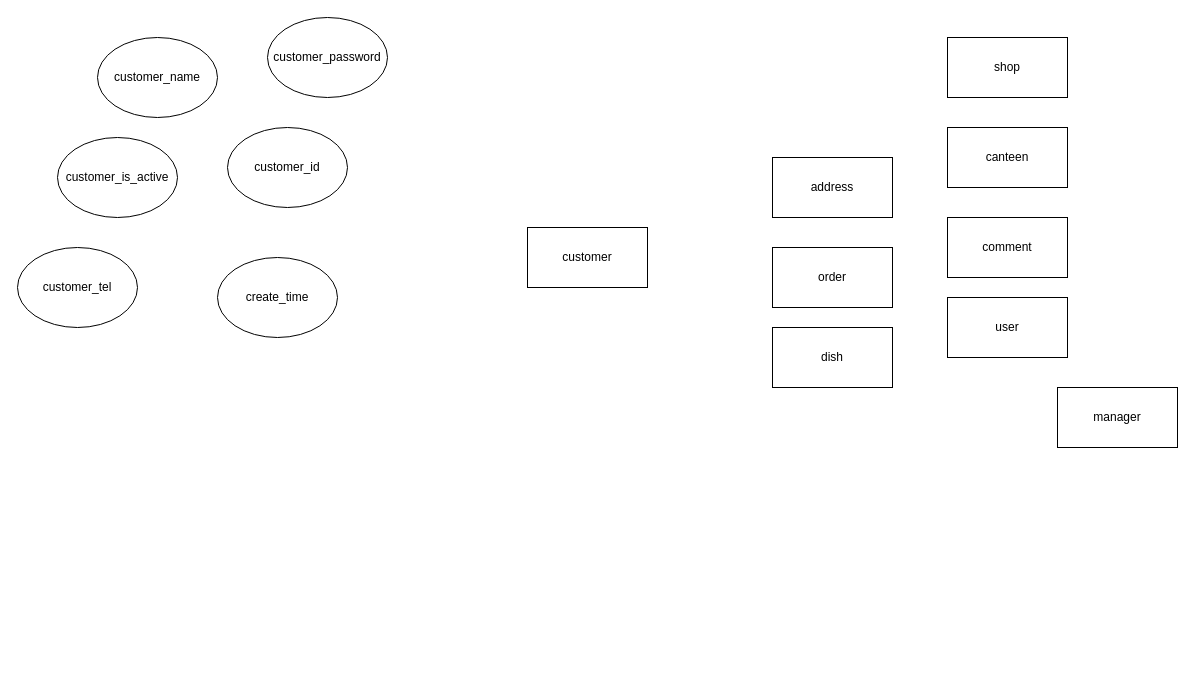
Before: 未命名绘图.drawio in GitHubDeadTree/campus-canteen-ordering, a draw.io diagram. Source tidied: cells renumbered, new cells numbered last; positions are measured from the earlier drawing's top-left corner, leaving out a move shared by most shapes. Both pictures are drawn from the tidied source at 100%, with x=0, y=0 at pixel (17, 17).
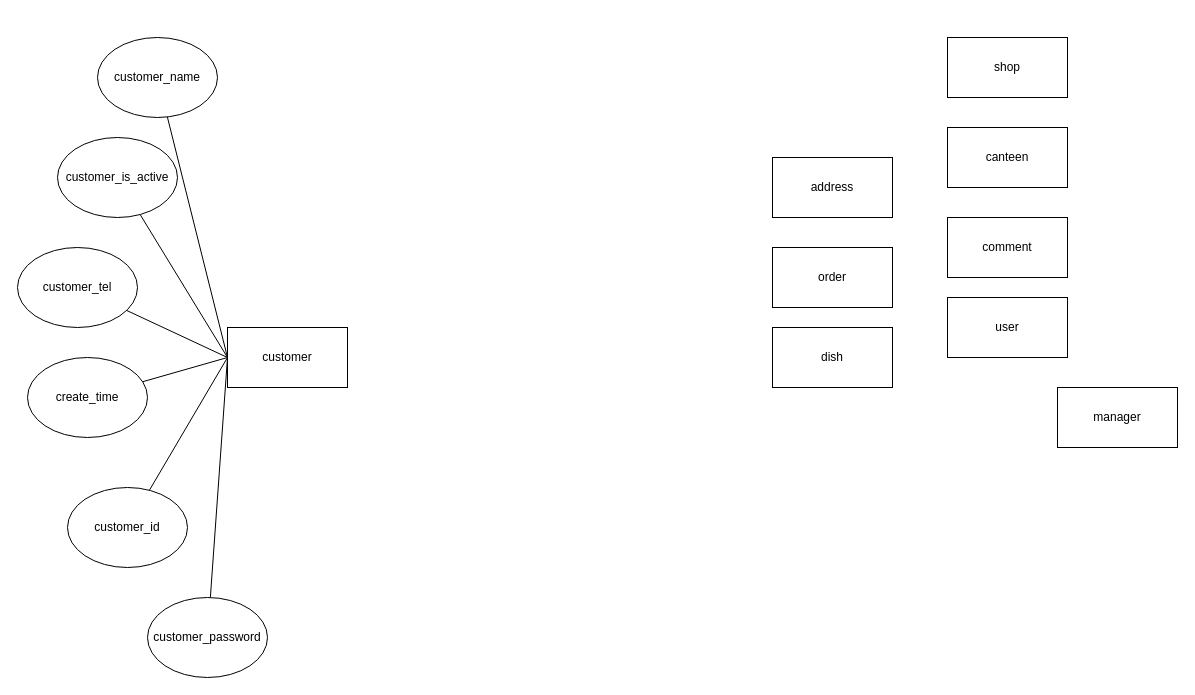
The same diagram, later.

Commit message (it also covers changes not shown here):
更新未命名绘图.drawio

The change refers to these unchanged cells:
```xml
<mxCell id="12" value="customer_name" style="ellipse;whiteSpace=wrap;html=1;" parent="1" vertex="1">
  <mxGeometry x="80" y="20" width="120" height="80" as="geometry" />
</mxCell>
<mxCell id="13" value="customer_tel" style="ellipse;whiteSpace=wrap;html=1;" parent="1" vertex="1">
  <mxGeometry y="230" width="120" height="80" as="geometry" />
</mxCell>
<mxCell id="15" value="customer_is_active" style="ellipse;whiteSpace=wrap;html=1;" parent="1" vertex="1">
  <mxGeometry x="40" y="120" width="120" height="80" as="geometry" />
</mxCell>
```

Diff of the diagram source:
```diff
@@
     <mxCell id="2" value="customer" style="rounded=0;whiteSpace=wrap;html=1;" parent="1" vertex="1">
-      <mxGeometry x="510" y="210" width="120" height="60" as="geometry" />
+      <mxGeometry x="210" y="310" width="120" height="60" as="geometry" />
     </mxCell>
@@
+    <mxCell id="17" style="rounded=0;jettySize=auto;html=1;entryX=0;entryY=0.5;entryDx=0;entryDy=0;endArrow=none;endFill=0;" parent="1" edge="1" source="11" target="2">
+      <mxGeometry relative="1" as="geometry" />
+    </mxCell>
     <mxCell id="11" value="customer_id" style="ellipse;whiteSpace=wrap;html=1;" parent="1" vertex="1">
-      <mxGeometry x="210" y="110" width="120" height="80" as="geometry" />
+      <mxGeometry x="50" y="470" width="120" height="80" as="geometry" />
     </mxCell>
+    <mxCell id="18" style="rounded=0;jettySize=auto;html=1;entryX=0;entryY=0.5;entryDx=0;entryDy=0;endArrow=none;endFill=0;" parent="1" edge="1" source="12" target="2">
+      <mxGeometry relative="1" as="geometry" />
+    </mxCell>
@@
+    <mxCell id="19" style="rounded=0;jettySize=auto;html=1;entryX=0;entryY=0.5;entryDx=0;entryDy=0;endArrow=none;endFill=0;" parent="1" edge="1" source="13" target="2">
+      <mxGeometry relative="1" as="geometry" />
+    </mxCell>
@@
+    <mxCell id="20" style="rounded=0;jettySize=auto;html=1;endArrow=none;endFill=0;entryX=0;entryY=0.5;entryDx=0;entryDy=0;" parent="1" edge="1" source="14" target="2">
+      <mxGeometry relative="1" as="geometry" />
+    </mxCell>
     <mxCell id="14" value="customer_password" style="ellipse;whiteSpace=wrap;html=1;" parent="1" vertex="1">
-      <mxGeometry x="250" width="120" height="80" as="geometry" />
+      <mxGeometry x="130" y="580" width="120" height="80" as="geometry" />
     </mxCell>
+    <mxCell id="21" style="rounded=0;jettySize=auto;html=1;entryX=0;entryY=0.5;entryDx=0;entryDy=0;endArrow=none;endFill=0;" parent="1" edge="1" source="15" target="2">
+      <mxGeometry relative="1" as="geometry" />
+    </mxCell>
@@
+    <mxCell id="22" style="rounded=0;jettySize=auto;html=1;entryX=0;entryY=0.5;entryDx=0;entryDy=0;endArrow=none;endFill=0;" parent="1" edge="1" source="16" target="2">
+      <mxGeometry relative="1" as="geometry" />
+    </mxCell>
     <mxCell id="16" value="create_time" style="ellipse;whiteSpace=wrap;html=1;" parent="1" vertex="1">
-      <mxGeometry x="200" y="240" width="120" height="80" as="geometry" />
+      <mxGeometry x="10" y="340" width="120" height="80" as="geometry" />
     </mxCell>
```
